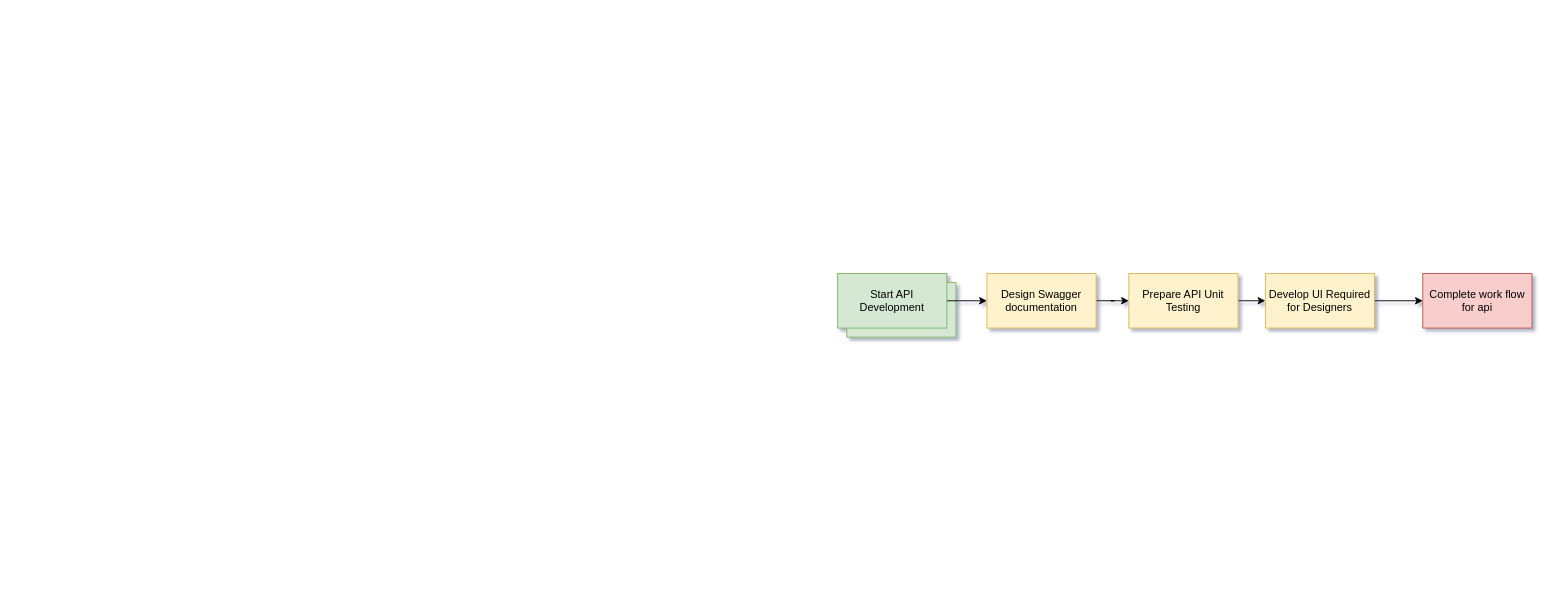
ronanlee/utils keeps this draw.io diagram as Untitled Diagram.drawio. Above is the earlier version. Source tidied: cells renumbered, new cells numbered last; positions are measured from the earlier drawing's top-left corner, leaving out a move shared by most shapes. Both pictures are drawn from the tidied source at 91%, with x=0, y=0 at pixel (837, 273).
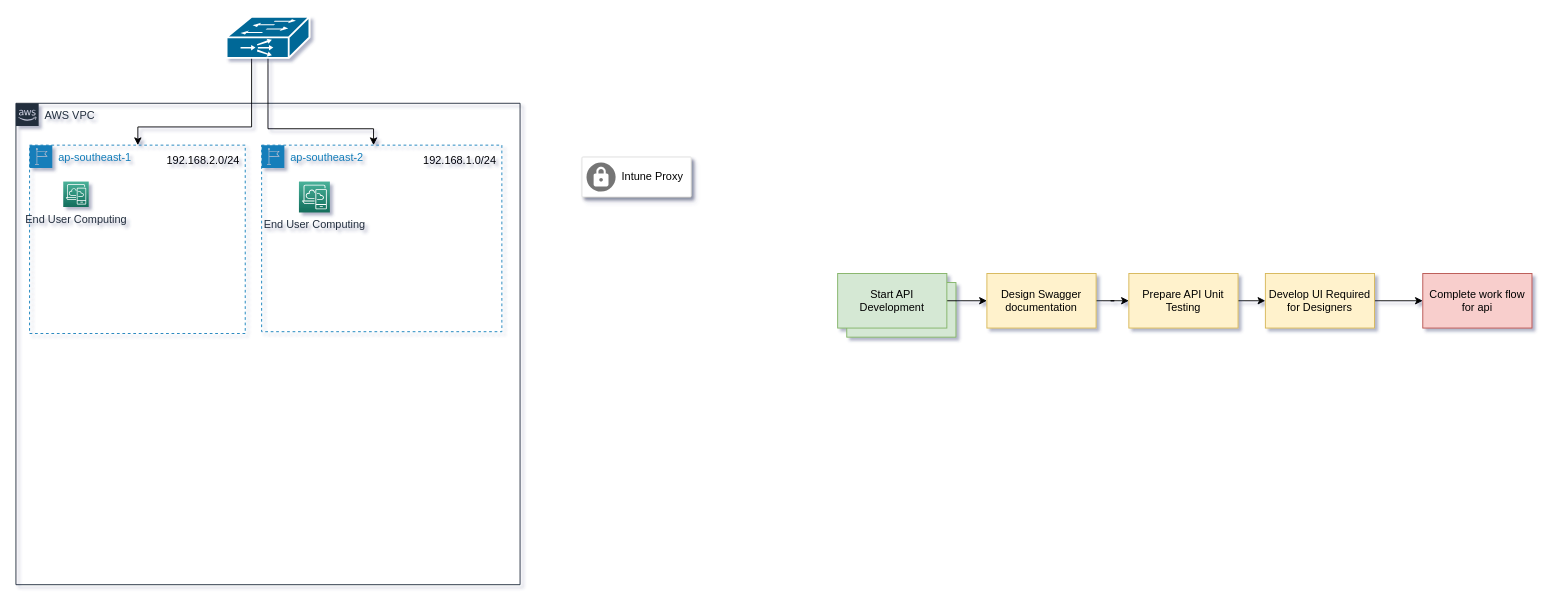
The same diagram, later.

Change to the diagram source:
```diff
@@
+    <mxCell id="12" value="AWS VPC" style="gradientColor=none;html=1;whiteSpace=wrap;fontSize=12;fontStyle=0;shape=mxgraph.aws4.group;grIcon=mxgraph.aws4.group_aws_cloud_alt;strokeColor=#232F3E;fillColor=none;verticalAlign=top;align=left;spacingLeft=30;fontColor=#232F3E;dashed=0;" parent="1" vertex="1">
+      <mxGeometry x="-903" y="-187" width="554" height="529" as="geometry" />
+    </mxCell>
+    <mxCell id="13" value="ap-southeast-2" style="points=[[0,0],[0.25,0],[0.5,0],[0.75,0],[1,0],[1,0.25],[1,0.5],[1,0.75],[1,1],[0.75,1],[0.5,1],[0.25,1],[0,1],[0,0.75],[0,0.5],[0,0.25]];outlineConnect=0;gradientColor=none;html=1;whiteSpace=wrap;fontSize=12;fontStyle=0;shape=mxgraph.aws4.group;grIcon=mxgraph.aws4.group_region;strokeColor=#147EBA;fillColor=none;verticalAlign=top;align=left;spacingLeft=30;fontColor=#147EBA;dashed=1;" parent="1" vertex="1">
+      <mxGeometry x="-633" y="-141" width="264" height="205" as="geometry" />
+    </mxCell>
+    <mxCell id="14" value="ap-southeast-1" style="points=[[0,0],[0.25,0],[0.5,0],[0.75,0],[1,0],[1,0.25],[1,0.5],[1,0.75],[1,1],[0.75,1],[0.5,1],[0.25,1],[0,1],[0,0.75],[0,0.5],[0,0.25]];outlineConnect=0;gradientColor=none;html=1;whiteSpace=wrap;fontSize=12;fontStyle=0;shape=mxgraph.aws4.group;grIcon=mxgraph.aws4.group_region;strokeColor=#147EBA;fillColor=none;verticalAlign=top;align=left;spacingLeft=30;fontColor=#147EBA;dashed=1;" parent="1" vertex="1">
+      <mxGeometry x="-888" y="-141" width="237" height="207" as="geometry" />
+    </mxCell>
+    <mxCell id="15" value="End User Computing" style="fontColor=#232F3E;gradientColor=#4AB29A;gradientDirection=north;fillColor=#116D5B;strokeColor=#ffffff;dashed=0;verticalLabelPosition=bottom;verticalAlign=top;align=center;html=1;fontSize=12;fontStyle=0;shape=mxgraph.aws4.resourceIcon;resIcon=mxgraph.aws4.desktop_and_app_streaming;" parent="1" vertex="1">
+      <mxGeometry x="-851" y="-101" width="28" height="28" as="geometry" />
+    </mxCell>
+    <mxCell id="16" style="edgeStyle=orthogonalEdgeStyle;rounded=0;jettySize=auto;html=1;" parent="1" edge="1" source="18" target="14">
+      <mxGeometry relative="1" as="geometry">
+        <Array as="points">
+          <mxPoint x="-644" y="-161" />
+          <mxPoint x="-769" y="-161" />
+        </Array>
+      </mxGeometry>
+    </mxCell>
+    <mxCell id="17" style="edgeStyle=orthogonalEdgeStyle;rounded=0;jettySize=auto;html=1;" parent="1" edge="1" source="18" target="13">
+      <mxGeometry relative="1" as="geometry">
+        <Array as="points">
+          <mxPoint x="-626" y="-159" />
+          <mxPoint x="-510" y="-159" />
+        </Array>
+      </mxGeometry>
+    </mxCell>
+    <mxCell id="18" style="shape=mxgraph.cisco.misc.ios_slb;html=1;dashed=0;fillColor=#036897;strokeColor=#ffffff;strokeWidth=2;verticalLabelPosition=bottom;verticalAlign=top;align=center;outlineConnect=0;" parent="1" vertex="1">
+      <mxGeometry x="-671.5" y="-282" width="91" height="45" as="geometry" />
+    </mxCell>
+    <mxCell id="19" value="End User Computing" style="fontColor=#232F3E;gradientColor=#4AB29A;gradientDirection=north;fillColor=#116D5B;strokeColor=#ffffff;dashed=0;verticalLabelPosition=bottom;verticalAlign=top;align=center;html=1;fontSize=12;fontStyle=0;shape=mxgraph.aws4.resourceIcon;resIcon=mxgraph.aws4.desktop_and_app_streaming;" parent="1" vertex="1">
+      <mxGeometry x="-592" y="-101" width="34" height="34" as="geometry" />
+    </mxCell>
+    <mxCell id="20" value="192.168.1.0/24" style="text;html=1;strokeColor=none;fillColor=none;align=center;verticalAlign=middle;whiteSpace=wrap;rounded=0;" parent="1" vertex="1">
+      <mxGeometry x="-435" y="-134" width="40" height="20" as="geometry" />
+    </mxCell>
+    <mxCell id="21" value="192.168.2.0/24" style="text;html=1;strokeColor=none;fillColor=none;align=center;verticalAlign=middle;whiteSpace=wrap;rounded=0;" parent="1" vertex="1">
+      <mxGeometry x="-717" y="-134" width="40" height="20" as="geometry" />
+    </mxCell>
+    <mxCell id="22" style="strokeColor=#dddddd;shadow=1;strokeWidth=1;rounded=1;absoluteArcSize=1;arcSize=2;" parent="1" vertex="1">
+      <mxGeometry x="-281" y="-128" width="120" height="44" as="geometry" />
+    </mxCell>
+    <mxCell id="23" value="Intune Proxy" style="dashed=0;html=1;fillColor=#757575;strokeColor=none;shape=mxgraph.gcp2.squid_proxy;labelPosition=right;verticalLabelPosition=middle;align=left;verticalAlign=middle;spacingLeft=5;fontSize=12;" parent="22" vertex="1">
+      <mxGeometry y="0.5" width="32" height="32" relative="1" as="geometry">
+        <mxPoint x="5" y="-16" as="offset" />
+      </mxGeometry>
+    </mxCell>
```
